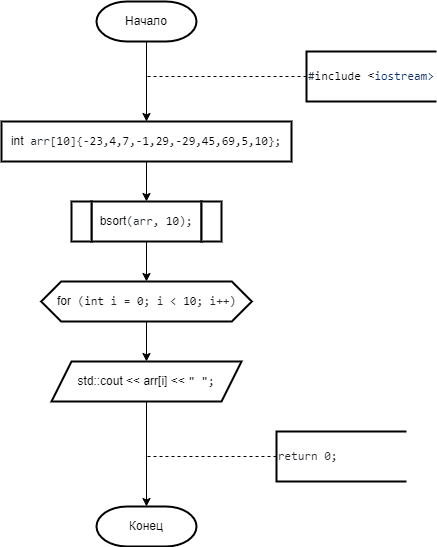
The draw.io diagram 2 Семестр/Labs/№9 Сложные сортировки быстрая (Хоара), слиянием, подсчетом, блочная, Шелла/Блочная.png in IlyaFedoseev227/LABS-PNRPU-IVT-22-1b, before a commit. Source tidied: cells renumbered, new cells last; positions are measured from the earlier drawing's top-left corner, leaving out a move shared by most shapes.
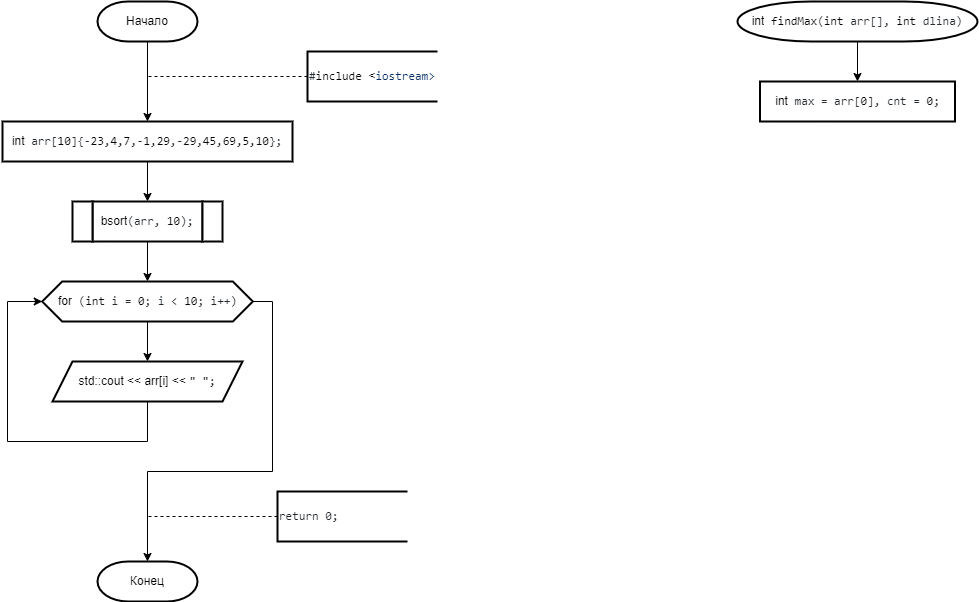
The same file after the commit.

The edit, as a diff of the source:
```diff
@@ -39,27 +39,51 @@
     <mxCell id="12" style="edgeStyle=orthogonalEdgeStyle;rounded=0;jettySize=auto;html=1;exitX=0.5;exitY=1;exitDx=0;exitDy=0;entryX=0.5;entryY=0;entryDx=0;entryDy=0;" parent="1" edge="1" source="13" target="15">
       <mxGeometry relative="1" as="geometry" />
     </mxCell>
+    <mxCell id="19" style="edgeStyle=orthogonalEdgeStyle;rounded=0;jettySize=auto;html=1;exitX=1;exitY=0.5;exitDx=0;exitDy=0;entryX=0.5;entryY=0;entryDx=0;entryDy=0;entryPerimeter=0;" parent="1" edge="1" source="13" target="16">
+      <mxGeometry relative="1" as="geometry">
+        <Array as="points">
+          <mxPoint x="270" y="300" />
+          <mxPoint x="270" y="470" />
+          <mxPoint x="145" y="470" />
+        </Array>
+      </mxGeometry>
+    </mxCell>
     <mxCell id="13" value="&lt;div style=&quot;text-align: start;&quot;&gt;for&lt;span style=&quot;color: rgb(36, 41, 47); font-family: ui-monospace, SFMono-Regular, &amp;quot;SF Mono&amp;quot;, Menlo, Consolas, &amp;quot;Liberation Mono&amp;quot;, monospace; background-color: rgb(255, 255, 255);&quot;&gt; (&lt;/span&gt;&lt;span style=&quot;box-sizing: border-box; color: var(--color-prettylights-syntax-keyword); font-family: ui-monospace, SFMono-Regular, &amp;quot;SF Mono&amp;quot;, Menlo, Consolas, &amp;quot;Liberation Mono&amp;quot;, monospace; background-color: rgb(255, 255, 255);&quot; class=&quot;pl-k&quot;&gt;int&lt;/span&gt;&lt;span style=&quot;color: rgb(36, 41, 47); font-family: ui-monospace, SFMono-Regular, &amp;quot;SF Mono&amp;quot;, Menlo, Consolas, &amp;quot;Liberation Mono&amp;quot;, monospace; background-color: rgb(255, 255, 255);&quot;&gt; i = &lt;/span&gt;&lt;span style=&quot;box-sizing: border-box; color: var(--color-prettylights-syntax-constant); font-family: ui-monospace, SFMono-Regular, &amp;quot;SF Mono&amp;quot;, Menlo, Consolas, &amp;quot;Liberation Mono&amp;quot;, monospace; background-color: rgb(255, 255, 255);&quot; class=&quot;pl-c1&quot;&gt;0&lt;/span&gt;&lt;span style=&quot;color: rgb(36, 41, 47); font-family: ui-monospace, SFMono-Regular, &amp;quot;SF Mono&amp;quot;, Menlo, Consolas, &amp;quot;Liberation Mono&amp;quot;, monospace; background-color: rgb(255, 255, 255);&quot;&gt;; i &amp;lt; &lt;/span&gt;&lt;span style=&quot;box-sizing: border-box; color: var(--color-prettylights-syntax-constant); font-family: ui-monospace, SFMono-Regular, &amp;quot;SF Mono&amp;quot;, Menlo, Consolas, &amp;quot;Liberation Mono&amp;quot;, monospace; background-color: rgb(255, 255, 255);&quot; class=&quot;pl-c1&quot;&gt;10&lt;/span&gt;&lt;span style=&quot;color: rgb(36, 41, 47); font-family: ui-monospace, SFMono-Regular, &amp;quot;SF Mono&amp;quot;, Menlo, Consolas, &amp;quot;Liberation Mono&amp;quot;, monospace; background-color: rgb(255, 255, 255);&quot;&gt;; i++)&lt;/span&gt;&lt;br&gt;&lt;/div&gt;" style="shape=hexagon;perimeter=hexagonPerimeter2;whiteSpace=wrap;html=1;fixedSize=1;strokeWidth=2;" parent="1" vertex="1">
       <mxGeometry x="39.8" y="280" width="210.5" height="40" as="geometry" />
     </mxCell>
-    <mxCell id="14" style="edgeStyle=orthogonalEdgeStyle;rounded=0;jettySize=auto;html=1;exitX=0.5;exitY=1;exitDx=0;exitDy=0;entryX=0.5;entryY=0;entryDx=0;entryDy=0;entryPerimeter=0;" parent="1" edge="1" source="15" target="16">
-      <mxGeometry relative="1" as="geometry" />
+    <mxCell id="14" style="edgeStyle=orthogonalEdgeStyle;rounded=0;jettySize=auto;html=1;exitX=0.5;exitY=1;exitDx=0;exitDy=0;entryX=0;entryY=0.5;entryDx=0;entryDy=0;" parent="1" edge="1" source="15" target="13">
+      <mxGeometry relative="1" as="geometry">
+        <Array as="points">
+          <mxPoint x="145" y="440" />
+          <mxPoint x="5" y="440" />
+          <mxPoint x="5" y="300" />
+        </Array>
+      </mxGeometry>
     </mxCell>
     <mxCell id="15" value="&lt;div style=&quot;text-align: start;&quot;&gt;std::cout &amp;lt;&amp;lt; arr[i] &amp;lt;&amp;lt; &lt;span style=&quot;box-sizing: border-box; color: var(--color-prettylights-syntax-string); font-family: ui-monospace, SFMono-Regular, &amp;quot;SF Mono&amp;quot;, Menlo, Consolas, &amp;quot;Liberation Mono&amp;quot;, monospace; background-color: rgb(255, 255, 255);&quot; class=&quot;pl-s&quot;&gt;&lt;span style=&quot;box-sizing: border-box; color: var(--color-prettylights-syntax-string);&quot; class=&quot;pl-pds&quot;&gt;&quot;&lt;/span&gt;  &lt;span style=&quot;box-sizing: border-box; color: var(--color-prettylights-syntax-string);&quot; class=&quot;pl-pds&quot;&gt;&quot;&lt;/span&gt;&lt;/span&gt;&lt;span style=&quot;color: rgb(36, 41, 47); font-family: ui-monospace, SFMono-Regular, &amp;quot;SF Mono&amp;quot;, Menlo, Consolas, &amp;quot;Liberation Mono&amp;quot;, monospace; background-color: rgb(255, 255, 255);&quot;&gt;;&lt;/span&gt;&lt;br&gt;&lt;/div&gt;" style="shape=parallelogram;perimeter=parallelogramPerimeter;whiteSpace=wrap;html=1;fixedSize=1;strokeWidth=2;size=20;" parent="1" vertex="1">
       <mxGeometry x="50" y="360" width="190" height="40" as="geometry" />
     </mxCell>
     <mxCell id="16" value="Конец" style="strokeWidth=2;html=1;shape=mxgraph.flowchart.terminator;whiteSpace=wrap;" parent="1" vertex="1">
-      <mxGeometry x="95" y="505" width="100" height="40" as="geometry" />
+      <mxGeometry x="95" y="560" width="100" height="40" as="geometry" />
     </mxCell>
     <mxCell id="17" value="&lt;span style=&quot;box-sizing: border-box; font-family: ui-monospace, SFMono-Regular, &amp;quot;SF Mono&amp;quot;, Menlo, Consolas, &amp;quot;Liberation Mono&amp;quot;, monospace; background-color: rgb(255, 255, 255);&quot; class=&quot;pl-pds&quot;&gt;&lt;font color=&quot;#24292f&quot;&gt;return 0;&lt;/font&gt;&lt;br&gt;&lt;/span&gt;" style="strokeWidth=2;html=1;shape=mxgraph.flowchart.annotation_1;align=left;" parent="1" vertex="1">
-      <mxGeometry x="275" y="430" width="130" height="50" as="geometry" />
+      <mxGeometry x="275" y="490" width="130" height="50" as="geometry" />
     </mxCell>
     <mxCell id="18" style="edgeStyle=orthogonalEdgeStyle;rounded=0;jettySize=auto;html=1;exitX=0;exitY=0.5;exitDx=0;exitDy=0;exitPerimeter=0;entryX=0.5;entryY=0;entryDx=0;entryDy=0;strokeWidth=1;endArrow=none;endFill=0;dashed=1;entryPerimeter=0;" parent="1" edge="1" source="17" target="16">
       <mxGeometry relative="1" as="geometry">
         <Array as="points">
-          <mxPoint x="145" y="455" />
+          <mxPoint x="145" y="515" />
         </Array>
       </mxGeometry>
     </mxCell>
+    <mxCell id="20" style="edgeStyle=orthogonalEdgeStyle;rounded=0;jettySize=auto;html=1;exitX=0.5;exitY=1;exitDx=0;exitDy=0;exitPerimeter=0;entryX=0.5;entryY=0;entryDx=0;entryDy=0;" parent="1" edge="1" source="21" target="22">
+      <mxGeometry relative="1" as="geometry" />
+    </mxCell>
+    <mxCell id="21" value="int&lt;span style=&quot;color: rgb(36, 41, 47); font-family: ui-monospace, SFMono-Regular, &amp;quot;SF Mono&amp;quot;, Menlo, Consolas, &amp;quot;Liberation Mono&amp;quot;, monospace; text-align: start; background-color: rgb(255, 255, 255);&quot;&gt; &lt;/span&gt;&lt;span style=&quot;box-sizing: border-box; color: var(--color-prettylights-syntax-entity); font-family: ui-monospace, SFMono-Regular, &amp;quot;SF Mono&amp;quot;, Menlo, Consolas, &amp;quot;Liberation Mono&amp;quot;, monospace; text-align: start; background-color: rgb(255, 255, 255);&quot; class=&quot;pl-en&quot;&gt;findMax&lt;/span&gt;&lt;span style=&quot;color: rgb(36, 41, 47); font-family: ui-monospace, SFMono-Regular, &amp;quot;SF Mono&amp;quot;, Menlo, Consolas, &amp;quot;Liberation Mono&amp;quot;, monospace; text-align: start; background-color: rgb(255, 255, 255);&quot;&gt;(&lt;/span&gt;&lt;span style=&quot;box-sizing: border-box; color: var(--color-prettylights-syntax-keyword); font-family: ui-monospace, SFMono-Regular, &amp;quot;SF Mono&amp;quot;, Menlo, Consolas, &amp;quot;Liberation Mono&amp;quot;, monospace; text-align: start; background-color: rgb(255, 255, 255);&quot; class=&quot;pl-k&quot;&gt;int&lt;/span&gt;&lt;span style=&quot;color: rgb(36, 41, 47); font-family: ui-monospace, SFMono-Regular, &amp;quot;SF Mono&amp;quot;, Menlo, Consolas, &amp;quot;Liberation Mono&amp;quot;, monospace; text-align: start; background-color: rgb(255, 255, 255);&quot;&gt; arr[], &lt;/span&gt;&lt;span style=&quot;box-sizing: border-box; color: var(--color-prettylights-syntax-keyword); font-family: ui-monospace, SFMono-Regular, &amp;quot;SF Mono&amp;quot;, Menlo, Consolas, &amp;quot;Liberation Mono&amp;quot;, monospace; text-align: start; background-color: rgb(255, 255, 255);&quot; class=&quot;pl-k&quot;&gt;int&lt;/span&gt;&lt;span style=&quot;color: rgb(36, 41, 47); font-family: ui-monospace, SFMono-Regular, &amp;quot;SF Mono&amp;quot;, Menlo, Consolas, &amp;quot;Liberation Mono&amp;quot;, monospace; text-align: start; background-color: rgb(255, 255, 255);&quot;&gt; dlina)&lt;/span&gt;" style="strokeWidth=2;html=1;shape=mxgraph.flowchart.terminator;whiteSpace=wrap;" parent="1" vertex="1">
+      <mxGeometry x="735" width="240" height="40" as="geometry" />
+    </mxCell>
+    <mxCell id="22" value="&lt;div style=&quot;text-align: start;&quot;&gt;int&lt;span style=&quot;color: rgb(36, 41, 47); font-family: ui-monospace, SFMono-Regular, &amp;quot;SF Mono&amp;quot;, Menlo, Consolas, &amp;quot;Liberation Mono&amp;quot;, monospace; background-color: rgb(255, 255, 255);&quot;&gt; max = arr[&lt;/span&gt;&lt;span style=&quot;box-sizing: border-box; color: var(--color-prettylights-syntax-constant); font-family: ui-monospace, SFMono-Regular, &amp;quot;SF Mono&amp;quot;, Menlo, Consolas, &amp;quot;Liberation Mono&amp;quot;, monospace; background-color: rgb(255, 255, 255);&quot; class=&quot;pl-c1&quot;&gt;0&lt;/span&gt;&lt;span style=&quot;color: rgb(36, 41, 47); font-family: ui-monospace, SFMono-Regular, &amp;quot;SF Mono&amp;quot;, Menlo, Consolas, &amp;quot;Liberation Mono&amp;quot;, monospace; background-color: rgb(255, 255, 255);&quot;&gt;], cnt = &lt;/span&gt;&lt;span style=&quot;box-sizing: border-box; color: var(--color-prettylights-syntax-constant); font-family: ui-monospace, SFMono-Regular, &amp;quot;SF Mono&amp;quot;, Menlo, Consolas, &amp;quot;Liberation Mono&amp;quot;, monospace; background-color: rgb(255, 255, 255);&quot; class=&quot;pl-c1&quot;&gt;0&lt;/span&gt;&lt;span style=&quot;color: rgb(36, 41, 47); font-family: ui-monospace, SFMono-Regular, &amp;quot;SF Mono&amp;quot;, Menlo, Consolas, &amp;quot;Liberation Mono&amp;quot;, monospace; background-color: rgb(255, 255, 255);&quot;&gt;;&lt;/span&gt;&lt;br&gt;&lt;/div&gt;" style="shape=parallelogram;perimeter=parallelogramPerimeter;whiteSpace=wrap;html=1;fixedSize=1;strokeWidth=2;size=-6;" parent="1" vertex="1">
+      <mxGeometry x="757.5" y="80" width="195" height="40" as="geometry" />
+    </mxCell>
   </root>
 </mxGraphModel>
```
